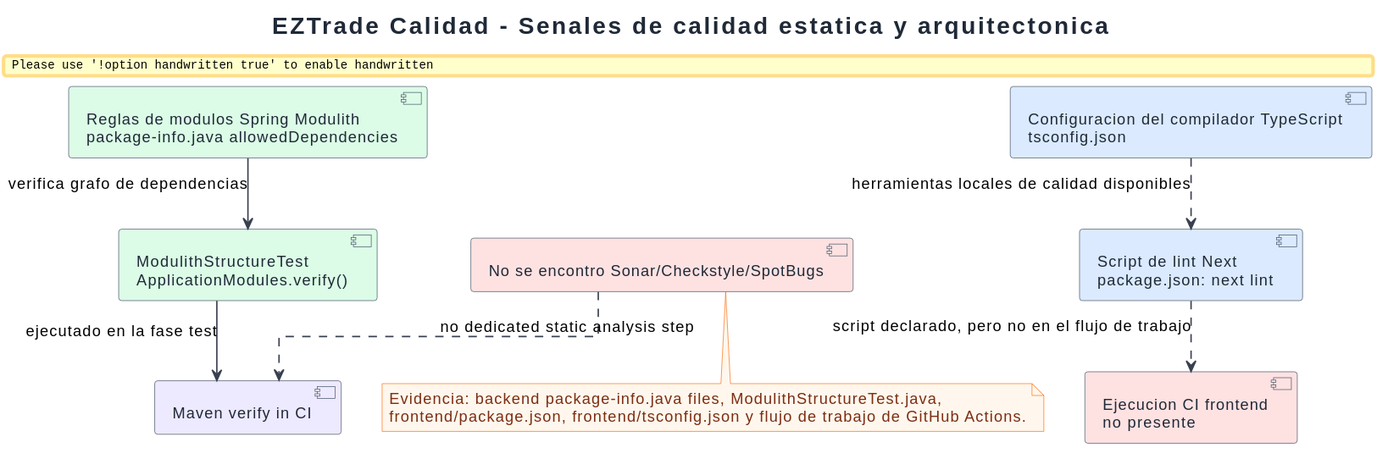
The PlantUML diagram EZTrade/docs/engineering-diagrams/07-quality-operations/rendered/static-quality-and-modulith.svg in SergioGarciaRuiz557/EZTrade, before a commit.
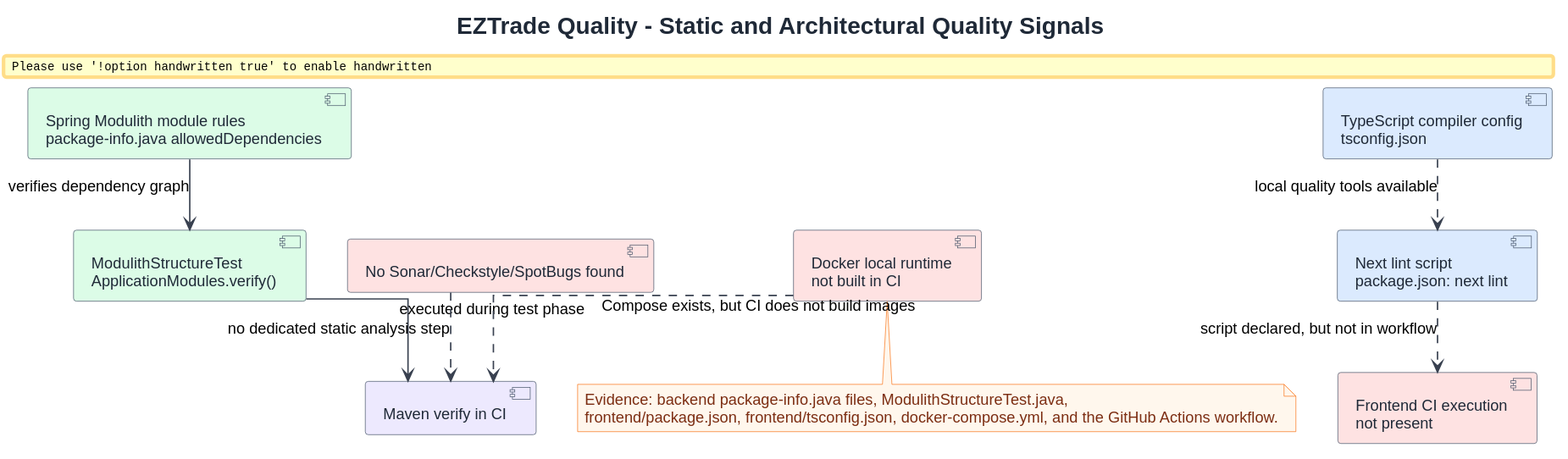
Above is the later version.

The edit, as a diff of the source:
```diff
@@ -1,24 +1,26 @@
 @startuml
 !include ../../common/eztrade-style.puml
 
-title EZTrade Calidad - Senales de calidad estatica y arquitectonica
+title EZTrade Quality - Static and Architectural Quality Signals
 
-component "Reglas de modulos Spring Modulith\npackage-info.java allowedDependencies" as ModuleRules EZ_BACKEND
+component "Spring Modulith module rules\npackage-info.java allowedDependencies" as ModuleRules EZ_BACKEND
 component "ModulithStructureTest\nApplicationModules.verify()" as ModulithTest EZ_BACKEND
 component "Maven verify in CI" as MavenVerify EZ_DEVOPS
-component "Configuracion del compilador TypeScript\ntsconfig.json" as TsConfig EZ_FRONTEND
-component "Script de lint Next\npackage.json: next lint" as NextLint EZ_FRONTEND
-component "Ejecucion CI frontend\nno presente" as FrontendCiGap EZ_RISK
-component "No se encontro Sonar/Checkstyle/SpotBugs" as StaticGap EZ_RISK
+component "TypeScript compiler config\ntsconfig.json" as TsConfig EZ_FRONTEND
+component "Next lint script\npackage.json: next lint" as NextLint EZ_FRONTEND
+component "Frontend CI execution\nnot present" as FrontendCiGap EZ_RISK
+component "No Sonar/Checkstyle/SpotBugs found" as StaticGap EZ_RISK
+component "Docker local runtime\nnot built in CI" as DockerCiGap EZ_RISK
 
-ModuleRules --> ModulithTest : verifica grafo de dependencias
-ModulithTest --> MavenVerify : ejecutado en la fase test
-TsConfig ..> NextLint : herramientas locales de calidad disponibles
-NextLint ..> FrontendCiGap : script declarado, pero no en el flujo de trabajo
+ModuleRules --> ModulithTest : verifies dependency graph
+ModulithTest --> MavenVerify : executed during test phase
+TsConfig ..> NextLint : local quality tools available
+NextLint ..> FrontendCiGap : script declared, but not in workflow
 StaticGap ..> MavenVerify : no dedicated static analysis step
+DockerCiGap ..> MavenVerify : Compose exists, but CI does not build images
 
 note bottom
-Evidencia: backend package-info.java files, ModulithStructureTest.java,
-frontend/package.json, frontend/tsconfig.json y flujo de trabajo de GitHub Actions.
+Evidence: backend package-info.java files, ModulithStructureTest.java,
+frontend/package.json, frontend/tsconfig.json, docker-compose.yml, and the GitHub Actions workflow.
 end note
 @enduml
```
